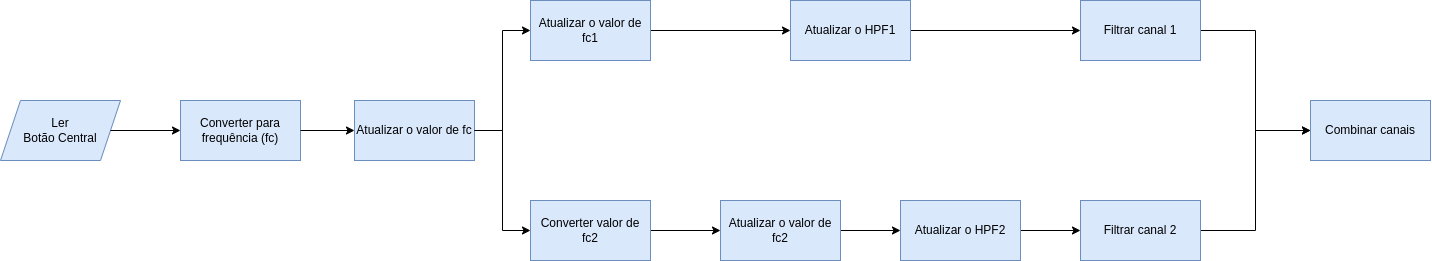
This is graphs/fig54.drawio.png from joselitopradomarques/tcc, a draw.io export, as it was before one commit. Source tidied: cells renumbered, new cells last; positions are measured from the earlier drawing's top-left corner, leaving out a move shared by most shapes.
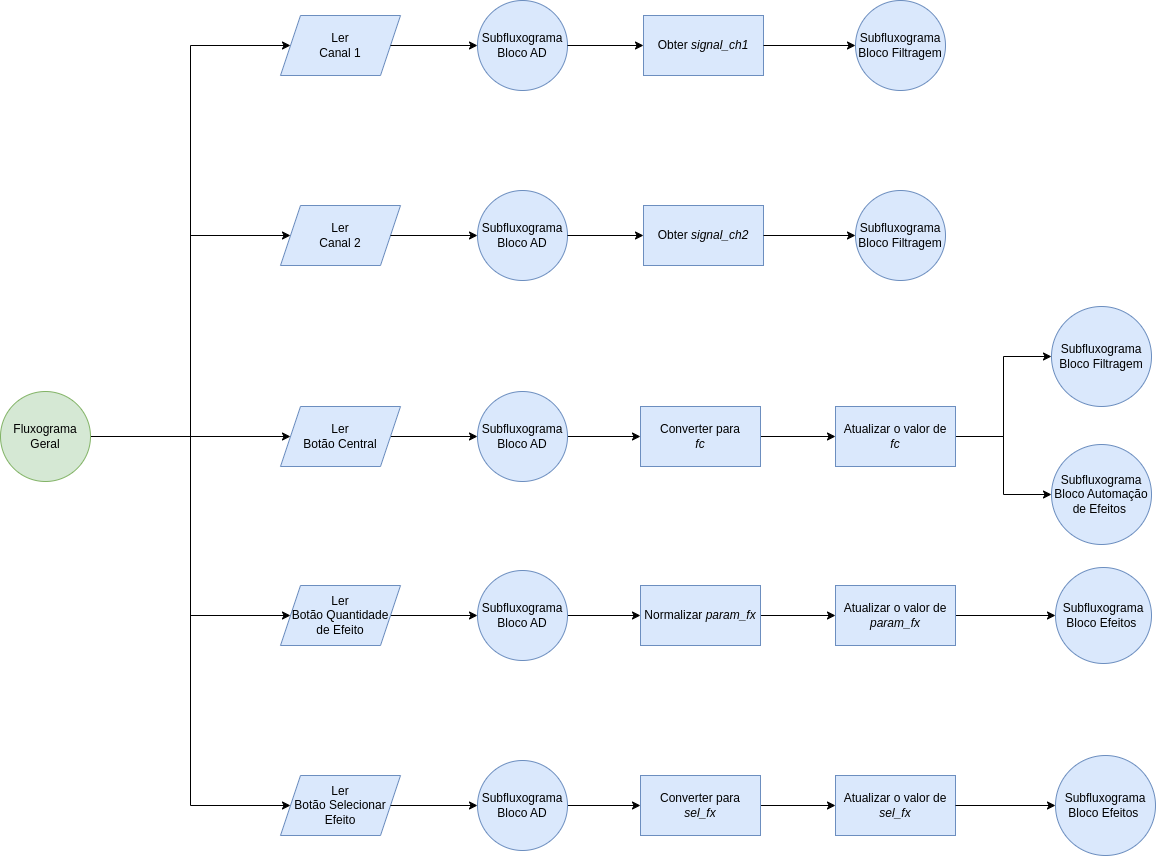
The same file after the commit.

Change to the diagram source:
```diff
@@ -2,74 +2,181 @@
   <root>
     <mxCell id="0" />
     <mxCell id="1" parent="0" />
-    <mxCell id="2" style="group;rounded=0;" parent="1" vertex="1">
-      <mxGeometry y="100" width="474" height="60" as="geometry" />
-    </mxCell>
+    <mxCell id="25" style="group;" parent="1" vertex="1">
+      <mxGeometry x="-10" y="-1990" width="665" height="90" as="geometry" />
+    </mxCell>
+    <mxCell id="26" value="Ler&lt;br&gt;Canal 1" style="shape=parallelogram;perimeter=parallelogramPerimeter;whiteSpace=wrap;html=1;fixedSize=1;rounded=0;fillColor=#dae8fc;strokeColor=#6c8ebf;" parent="25" vertex="1">
+      <mxGeometry y="15" width="120" height="60" as="geometry" />
+    </mxCell>
+    <mxCell id="27" value="Subfluxograma&lt;br&gt;Bloco AD" style="ellipse;whiteSpace=wrap;html=1;fillColor=#dae8fc;strokeColor=#6c8ebf;" parent="25" vertex="1">
+      <mxGeometry x="197" width="90" height="90" as="geometry" />
+    </mxCell>
+    <mxCell id="28" style="edgeStyle=none;html=1;entryX=0;entryY=0.5;entryDx=0;entryDy=0;" parent="25" edge="1" source="26" target="27">
+      <mxGeometry relative="1" as="geometry" />
+    </mxCell>
+    <mxCell id="29" value="Obter&amp;nbsp;&lt;i&gt;signal_ch1&lt;/i&gt;" style="rounded=0;whiteSpace=wrap;html=1;fillColor=#dae8fc;strokeColor=#6c8ebf;" parent="25" vertex="1">
+      <mxGeometry x="363" y="15" width="120" height="60" as="geometry" />
+    </mxCell>
+    <mxCell id="30" style="edgeStyle=none;html=1;entryX=0;entryY=0.5;entryDx=0;entryDy=0;" parent="25" edge="1" source="27" target="29">
+      <mxGeometry relative="1" as="geometry" />
+    </mxCell>
+    <mxCell id="31" value="Subfluxograma&lt;br&gt;Bloco Filtragem" style="ellipse;whiteSpace=wrap;html=1;fillColor=#dae8fc;strokeColor=#6c8ebf;" parent="25" vertex="1">
+      <mxGeometry x="575" width="90" height="90" as="geometry" />
+    </mxCell>
+    <mxCell id="32" style="edgeStyle=none;html=1;entryX=0;entryY=0.5;entryDx=0;entryDy=0;" parent="25" edge="1" source="29" target="31">
+      <mxGeometry relative="1" as="geometry" />
+    </mxCell>
+    <mxCell id="33" style="group;" parent="1" vertex="1">
+      <mxGeometry x="-10" y="-1800" width="665" height="90" as="geometry" />
+    </mxCell>
+    <mxCell id="34" value="Ler&lt;br&gt;Canal 2" style="shape=parallelogram;perimeter=parallelogramPerimeter;whiteSpace=wrap;html=1;fixedSize=1;rounded=0;fillColor=#dae8fc;strokeColor=#6c8ebf;" parent="33" vertex="1">
+      <mxGeometry y="15" width="120" height="60" as="geometry" />
+    </mxCell>
+    <mxCell id="35" value="Subfluxograma&lt;br&gt;Bloco AD" style="ellipse;whiteSpace=wrap;html=1;fillColor=#dae8fc;strokeColor=#6c8ebf;" parent="33" vertex="1">
+      <mxGeometry x="197" width="90" height="90" as="geometry" />
+    </mxCell>
+    <mxCell id="36" style="edgeStyle=none;html=1;entryX=0;entryY=0.5;entryDx=0;entryDy=0;" parent="33" edge="1" source="34" target="35">
+      <mxGeometry relative="1" as="geometry" />
+    </mxCell>
+    <mxCell id="37" value="Obter&amp;nbsp;&lt;i&gt;signal_ch2&lt;/i&gt;" style="rounded=0;whiteSpace=wrap;html=1;fillColor=#dae8fc;strokeColor=#6c8ebf;" parent="33" vertex="1">
+      <mxGeometry x="363" y="15" width="120" height="60" as="geometry" />
+    </mxCell>
+    <mxCell id="38" style="edgeStyle=none;html=1;entryX=0;entryY=0.5;entryDx=0;entryDy=0;" parent="33" edge="1" source="35" target="37">
+      <mxGeometry relative="1" as="geometry" />
+    </mxCell>
+    <mxCell id="39" value="Subfluxograma&lt;br&gt;Bloco Filtragem" style="ellipse;whiteSpace=wrap;html=1;fillColor=#dae8fc;strokeColor=#6c8ebf;" parent="33" vertex="1">
+      <mxGeometry x="575" width="90" height="90" as="geometry" />
+    </mxCell>
+    <mxCell id="40" style="edgeStyle=none;html=1;entryX=0;entryY=0.5;entryDx=0;entryDy=0;" parent="33" edge="1" source="37" target="39">
+      <mxGeometry relative="1" as="geometry" />
+    </mxCell>
+    <mxCell id="41" value="Subfluxograma&lt;br&gt;Bloco Filtragem" style="ellipse;whiteSpace=wrap;html=1;fillColor=#dae8fc;strokeColor=#6c8ebf;" parent="1" vertex="1">
+      <mxGeometry x="761" y="-1684" width="100" height="100" as="geometry" />
+    </mxCell>
+    <mxCell id="42" style="edgeStyle=orthogonalEdgeStyle;html=1;entryX=0;entryY=0.5;entryDx=0;entryDy=0;rounded=0;" parent="1" edge="1" source="6" target="41">
+      <mxGeometry relative="1" as="geometry" />
+    </mxCell>
+    <mxCell id="43" style="edgeStyle=none;html=1;entryX=0;entryY=0.5;entryDx=0;entryDy=0;" parent="1" edge="1" source="3" target="48">
+      <mxGeometry relative="1" as="geometry" />
+    </mxCell>
-    <mxCell id="3" value="Ler&lt;br&gt;Botão Central" style="shape=parallelogram;perimeter=parallelogramPerimeter;whiteSpace=wrap;html=1;fixedSize=1;rounded=0;fillColor=#dae8fc;strokeColor=#6c8ebf;" parent="2" vertex="1">
-      <mxGeometry width="120" height="60" as="geometry" />
+    <mxCell id="3" value="Ler&lt;br&gt;Botão Central" style="shape=parallelogram;perimeter=parallelogramPerimeter;whiteSpace=wrap;html=1;fixedSize=1;rounded=0;fillColor=#dae8fc;strokeColor=#6c8ebf;" parent="1" vertex="1">
+      <mxGeometry x="-10" y="-1584" width="120" height="60" as="geometry" />
     </mxCell>
-    <mxCell id="4" value="Converter para frequência (fc)" style="rounded=0;whiteSpace=wrap;html=1;fillColor=#dae8fc;strokeColor=#6c8ebf;" parent="2" vertex="1">
-      <mxGeometry x="180" width="120" height="60" as="geometry" />
-    </mxCell>
-    <mxCell id="5" style="edgeStyle=none;html=1;rounded=0;" parent="2" edge="1" source="3" target="4">
-      <mxGeometry relative="1" as="geometry" />
-    </mxCell>
+    <mxCell id="44" style="edgeStyle=none;html=1;entryX=0;entryY=0.5;entryDx=0;entryDy=0;" parent="1" edge="1" source="45" target="6">
+      <mxGeometry relative="1" as="geometry" />
+    </mxCell>
+    <mxCell id="45" value="Converter para&lt;br&gt;&lt;i&gt;fc&lt;/i&gt;" style="rounded=0;whiteSpace=wrap;html=1;fillColor=#dae8fc;strokeColor=#6c8ebf;" parent="1" vertex="1">
+      <mxGeometry x="350" y="-1584" width="120" height="60" as="geometry" />
+    </mxCell>
+    <mxCell id="46" style="edgeStyle=orthogonalEdgeStyle;html=1;entryX=0;entryY=0.5;entryDx=0;entryDy=0;rounded=0;" parent="1" edge="1" source="6" target="49">
+      <mxGeometry relative="1" as="geometry" />
+    </mxCell>
-    <mxCell id="6" value="Atualizar o valor de fc" style="rounded=0;whiteSpace=wrap;html=1;fillColor=#dae8fc;strokeColor=#6c8ebf;" parent="2" vertex="1">
-      <mxGeometry x="354" width="120" height="60" as="geometry" />
+    <mxCell id="6" value="Atualizar o valor de&lt;br&gt;&lt;i&gt;fc&lt;/i&gt;" style="rounded=0;whiteSpace=wrap;html=1;fillColor=#dae8fc;strokeColor=#6c8ebf;" parent="1" vertex="1">
+      <mxGeometry x="545" y="-1584" width="120" height="60" as="geometry" />
     </mxCell>
-    <mxCell id="7" style="edgeStyle=none;html=1;rounded=0;" parent="2" edge="1" source="4" target="6">
-      <mxGeometry relative="1" as="geometry" />
-    </mxCell>
-    <mxCell id="8" style="edgeStyle=orthogonalEdgeStyle;html=1;entryX=0;entryY=0.5;entryDx=0;entryDy=0;rounded=0;" parent="1" edge="1" source="6" target="19">
-      <mxGeometry relative="1" as="geometry" />
-    </mxCell>
-    <mxCell id="9" style="edgeStyle=orthogonalEdgeStyle;rounded=0;html=1;exitX=1;exitY=0.5;exitDx=0;exitDy=0;entryX=0;entryY=0.5;entryDx=0;entryDy=0;" parent="1" edge="1" source="6" target="12">
-      <mxGeometry relative="1" as="geometry" />
-    </mxCell>
-    <mxCell id="10" style="edgeStyle=orthogonalEdgeStyle;rounded=0;html=1;entryX=0;entryY=0.5;entryDx=0;entryDy=0;" parent="1" edge="1" source="15" target="17">
-      <mxGeometry relative="1" as="geometry" />
-    </mxCell>
-    <mxCell id="11" style="edgeStyle=orthogonalEdgeStyle;rounded=0;html=1;entryX=0;entryY=0.5;entryDx=0;entryDy=0;" parent="1" edge="1" source="12" target="14">
-      <mxGeometry relative="1" as="geometry" />
-    </mxCell>
-    <mxCell id="12" value="Atualizar o valor de fc1" style="rounded=0;whiteSpace=wrap;html=1;fillColor=#dae8fc;strokeColor=#6c8ebf;" parent="1" vertex="1">
-      <mxGeometry x="530" width="120" height="60" as="geometry" />
-    </mxCell>
-    <mxCell id="13" style="edgeStyle=none;html=1;entryX=0;entryY=0.5;entryDx=0;entryDy=0;" parent="1" edge="1" source="14" target="21">
-      <mxGeometry relative="1" as="geometry" />
-    </mxCell>
-    <mxCell id="14" value="Atualizar o HPF1" style="rounded=0;whiteSpace=wrap;html=1;fillColor=#dae8fc;strokeColor=#6c8ebf;" parent="1" vertex="1">
-      <mxGeometry x="790" width="120" height="60" as="geometry" />
-    </mxCell>
-    <mxCell id="15" value="Atualizar o valor de fc2" style="rounded=0;whiteSpace=wrap;html=1;fillColor=#dae8fc;strokeColor=#6c8ebf;" parent="1" vertex="1">
-      <mxGeometry x="720" y="200" width="120" height="60" as="geometry" />
-    </mxCell>
-    <mxCell id="16" style="edgeStyle=none;html=1;entryX=0;entryY=0.5;entryDx=0;entryDy=0;" parent="1" edge="1" source="17" target="23">
-      <mxGeometry relative="1" as="geometry" />
-    </mxCell>
-    <mxCell id="17" value="Atualizar o HPF2" style="rounded=0;whiteSpace=wrap;html=1;fillColor=#dae8fc;strokeColor=#6c8ebf;" parent="1" vertex="1">
-      <mxGeometry x="900" y="200" width="120" height="60" as="geometry" />
-    </mxCell>
-    <mxCell id="18" style="edgeStyle=orthogonalEdgeStyle;rounded=0;html=1;entryX=0;entryY=0.5;entryDx=0;entryDy=0;" parent="1" edge="1" source="19" target="15">
-      <mxGeometry relative="1" as="geometry" />
-    </mxCell>
-    <mxCell id="19" value="Converter valor de fc2" style="rounded=0;whiteSpace=wrap;html=1;fillColor=#dae8fc;strokeColor=#6c8ebf;" parent="1" vertex="1">
-      <mxGeometry x="530" y="200" width="120" height="60" as="geometry" />
-    </mxCell>
-    <mxCell id="20" style="edgeStyle=orthogonalEdgeStyle;html=1;entryX=0;entryY=0.5;entryDx=0;entryDy=0;rounded=0;" parent="1" edge="1" source="21" target="24">
-      <mxGeometry relative="1" as="geometry" />
-    </mxCell>
-    <mxCell id="21" value="Filtrar canal 1" style="rounded=0;whiteSpace=wrap;html=1;fillColor=#dae8fc;strokeColor=#6c8ebf;" parent="1" vertex="1">
-      <mxGeometry x="1080" width="120" height="60" as="geometry" />
-    </mxCell>
-    <mxCell id="22" style="edgeStyle=orthogonalEdgeStyle;rounded=0;html=1;entryX=0;entryY=0.5;entryDx=0;entryDy=0;" parent="1" edge="1" source="23" target="24">
-      <mxGeometry relative="1" as="geometry" />
-    </mxCell>
-    <mxCell id="23" value="Filtrar canal 2" style="rounded=0;whiteSpace=wrap;html=1;fillColor=#dae8fc;strokeColor=#6c8ebf;" parent="1" vertex="1">
-      <mxGeometry x="1080" y="200" width="120" height="60" as="geometry" />
-    </mxCell>
-    <mxCell id="24" value="Combinar canais" style="rounded=0;whiteSpace=wrap;html=1;fillColor=#dae8fc;strokeColor=#6c8ebf;" parent="1" vertex="1">
-      <mxGeometry x="1310" y="100" width="120" height="60" as="geometry" />
-    </mxCell>
+    <mxCell id="47" style="edgeStyle=none;html=1;entryX=0;entryY=0.5;entryDx=0;entryDy=0;" parent="1" edge="1" source="48" target="45">
+      <mxGeometry relative="1" as="geometry" />
+    </mxCell>
+    <mxCell id="48" value="Subfluxograma&lt;br&gt;Bloco AD" style="ellipse;whiteSpace=wrap;html=1;fillColor=#dae8fc;strokeColor=#6c8ebf;" parent="1" vertex="1">
+      <mxGeometry x="187" y="-1599" width="90" height="90" as="geometry" />
+    </mxCell>
+    <mxCell id="49" value="Subfluxograma&lt;br&gt;Bloco Automação de Efeitos&amp;nbsp;" style="ellipse;whiteSpace=wrap;html=1;fillColor=#dae8fc;strokeColor=#6c8ebf;" parent="1" vertex="1">
+      <mxGeometry x="761" y="-1546" width="100" height="100" as="geometry" />
+    </mxCell>
+    <mxCell id="50" style="edgeStyle=orthogonalEdgeStyle;rounded=0;html=1;entryX=0;entryY=0.5;entryDx=0;entryDy=0;" parent="1" edge="1" source="51" target="57">
+      <mxGeometry relative="1" as="geometry" />
+    </mxCell>
+    <mxCell id="51" value="Ler&lt;br&gt;Botão Quantidade&lt;br&gt;de Efeito" style="shape=parallelogram;perimeter=parallelogramPerimeter;whiteSpace=wrap;html=1;fixedSize=1;rounded=0;fillColor=#dae8fc;strokeColor=#6c8ebf;" parent="1" vertex="1">
+      <mxGeometry x="-10" y="-1405" width="120" height="60" as="geometry" />
+    </mxCell>
+    <mxCell id="52" style="edgeStyle=orthogonalEdgeStyle;rounded=0;html=1;entryX=0;entryY=0.5;entryDx=0;entryDy=0;" parent="1" edge="1" source="53" target="55">
+      <mxGeometry relative="1" as="geometry" />
+    </mxCell>
+    <mxCell id="53" value="Normalizar&amp;nbsp;&lt;i&gt;param_fx&lt;/i&gt;" style="rounded=0;whiteSpace=wrap;html=1;fillColor=#dae8fc;strokeColor=#6c8ebf;" parent="1" vertex="1">
+      <mxGeometry x="350" y="-1405" width="120" height="60" as="geometry" />
+    </mxCell>
+    <mxCell id="54" style="edgeStyle=orthogonalEdgeStyle;rounded=0;html=1;entryX=0;entryY=0.5;entryDx=0;entryDy=0;" parent="1" edge="1" source="55" target="58">
+      <mxGeometry relative="1" as="geometry" />
+    </mxCell>
+    <mxCell id="55" value="Atualizar o valor de &lt;i&gt;param_fx&lt;/i&gt;" style="rounded=0;whiteSpace=wrap;html=1;fillColor=#dae8fc;strokeColor=#6c8ebf;" parent="1" vertex="1">
+      <mxGeometry x="545" y="-1405" width="120" height="60" as="geometry" />
+    </mxCell>
+    <mxCell id="56" style="edgeStyle=orthogonalEdgeStyle;rounded=0;html=1;entryX=0;entryY=0.5;entryDx=0;entryDy=0;" parent="1" edge="1" source="57" target="53">
+      <mxGeometry relative="1" as="geometry" />
+    </mxCell>
+    <mxCell id="57" value="Subfluxograma&lt;br&gt;Bloco AD" style="ellipse;whiteSpace=wrap;html=1;fillColor=#dae8fc;strokeColor=#6c8ebf;" parent="1" vertex="1">
+      <mxGeometry x="187" y="-1420" width="90" height="90" as="geometry" />
+    </mxCell>
+    <mxCell id="58" value="Subfluxograma&lt;br&gt;Bloco Efeitos&amp;nbsp;" style="ellipse;whiteSpace=wrap;html=1;fillColor=#dae8fc;strokeColor=#6c8ebf;" parent="1" vertex="1">
+      <mxGeometry x="765" y="-1423" width="96" height="96" as="geometry" />
+    </mxCell>
+    <mxCell id="59" style="edgeStyle=orthogonalEdgeStyle;rounded=0;html=1;entryX=0;entryY=0.5;entryDx=0;entryDy=0;" parent="1" edge="1" source="60" target="65">
+      <mxGeometry relative="1" as="geometry" />
+    </mxCell>
+    <mxCell id="60" value="Subfluxograma&lt;br&gt;Bloco AD" style="ellipse;whiteSpace=wrap;html=1;fillColor=#dae8fc;strokeColor=#6c8ebf;" parent="1" vertex="1">
+      <mxGeometry x="187" y="-1230" width="90" height="90" as="geometry" />
+    </mxCell>
+    <mxCell id="61" value="Subfluxograma&lt;br&gt;Bloco Efeitos&amp;nbsp;" style="ellipse;whiteSpace=wrap;html=1;fillColor=#dae8fc;strokeColor=#6c8ebf;" parent="1" vertex="1">
+      <mxGeometry x="765" y="-1235" width="100" height="100" as="geometry" />
+    </mxCell>
+    <mxCell id="62" style="group;" parent="1" vertex="1">
+      <mxGeometry x="-10" y="-1215" width="890" height="60" as="geometry" />
+    </mxCell>
+    <mxCell id="63" value="Ler&lt;br&gt;Botão Selecionar Efeito" style="shape=parallelogram;perimeter=parallelogramPerimeter;whiteSpace=wrap;html=1;fixedSize=1;rounded=0;fillColor=#dae8fc;strokeColor=#6c8ebf;" parent="62" vertex="1">
+      <mxGeometry width="120" height="60" as="geometry" />
+    </mxCell>
+    <mxCell id="64" style="edgeStyle=orthogonalEdgeStyle;rounded=0;html=1;entryX=0;entryY=0.5;entryDx=0;entryDy=0;" parent="62" edge="1" source="65" target="66">
+      <mxGeometry relative="1" as="geometry" />
+    </mxCell>
+    <mxCell id="65" value="Converter para&lt;br&gt;&lt;i&gt;sel_fx&lt;/i&gt;" style="rounded=0;whiteSpace=wrap;html=1;fillColor=#dae8fc;strokeColor=#6c8ebf;" parent="62" vertex="1">
+      <mxGeometry x="360" width="120" height="60" as="geometry" />
+    </mxCell>
+    <mxCell id="66" value="Atualizar o valor de &lt;i&gt;sel_fx&lt;/i&gt;" style="rounded=0;whiteSpace=wrap;html=1;fillColor=#dae8fc;strokeColor=#6c8ebf;" parent="62" vertex="1">
+      <mxGeometry x="555" width="120" height="60" as="geometry" />
+    </mxCell>
+    <mxCell id="67" style="edgeStyle=orthogonalEdgeStyle;rounded=0;html=1;entryX=0;entryY=0.5;entryDx=0;entryDy=0;" parent="1" edge="1" source="63" target="60">
+      <mxGeometry relative="1" as="geometry" />
+    </mxCell>
+    <mxCell id="68" style="edgeStyle=orthogonalEdgeStyle;rounded=0;html=1;entryX=0;entryY=0.5;entryDx=0;entryDy=0;" parent="1" edge="1" source="66" target="61">
+      <mxGeometry relative="1" as="geometry" />
+    </mxCell>
+    <mxCell id="69" style="edgeStyle=orthogonalEdgeStyle;html=1;entryX=0;entryY=0.5;entryDx=0;entryDy=0;rounded=0;" parent="1" edge="1" source="74" target="26">
+      <mxGeometry relative="1" as="geometry">
+        <Array as="points">
+          <mxPoint x="-100" y="-1554" />
+          <mxPoint x="-100" y="-1945" />
+        </Array>
+      </mxGeometry>
+    </mxCell>
+    <mxCell id="70" style="edgeStyle=orthogonalEdgeStyle;rounded=0;html=1;entryX=0;entryY=0.5;entryDx=0;entryDy=0;" parent="1" edge="1" source="74" target="34">
+      <mxGeometry relative="1" as="geometry">
+        <Array as="points">
+          <mxPoint x="-100" y="-1554" />
+          <mxPoint x="-100" y="-1755" />
+        </Array>
+      </mxGeometry>
+    </mxCell>
+    <mxCell id="71" style="edgeStyle=orthogonalEdgeStyle;rounded=0;html=1;entryX=0;entryY=0.5;entryDx=0;entryDy=0;" parent="1" edge="1" source="74" target="3">
+      <mxGeometry relative="1" as="geometry" />
+    </mxCell>
+    <mxCell id="72" style="edgeStyle=orthogonalEdgeStyle;rounded=0;html=1;entryX=0;entryY=0.5;entryDx=0;entryDy=0;" parent="1" edge="1" source="74" target="51">
+      <mxGeometry relative="1" as="geometry">
+        <Array as="points">
+          <mxPoint x="-100" y="-1554" />
+          <mxPoint x="-100" y="-1375" />
+        </Array>
+      </mxGeometry>
+    </mxCell>
+    <mxCell id="73" style="edgeStyle=orthogonalEdgeStyle;rounded=0;html=1;entryX=0;entryY=0.5;entryDx=0;entryDy=0;" parent="1" edge="1" source="74" target="63">
+      <mxGeometry relative="1" as="geometry">
+        <Array as="points">
+          <mxPoint x="-100" y="-1554" />
+          <mxPoint x="-100" y="-1185" />
+        </Array>
+      </mxGeometry>
+    </mxCell>
+    <mxCell id="74" value="Fluxograma Geral" style="ellipse;whiteSpace=wrap;html=1;fillColor=#d5e8d4;strokeColor=#82b366;" parent="1" vertex="1">
+      <mxGeometry x="-290" y="-1599" width="90" height="90" as="geometry" />
+    </mxCell>
   </root>
 </mxGraphModel>
```
